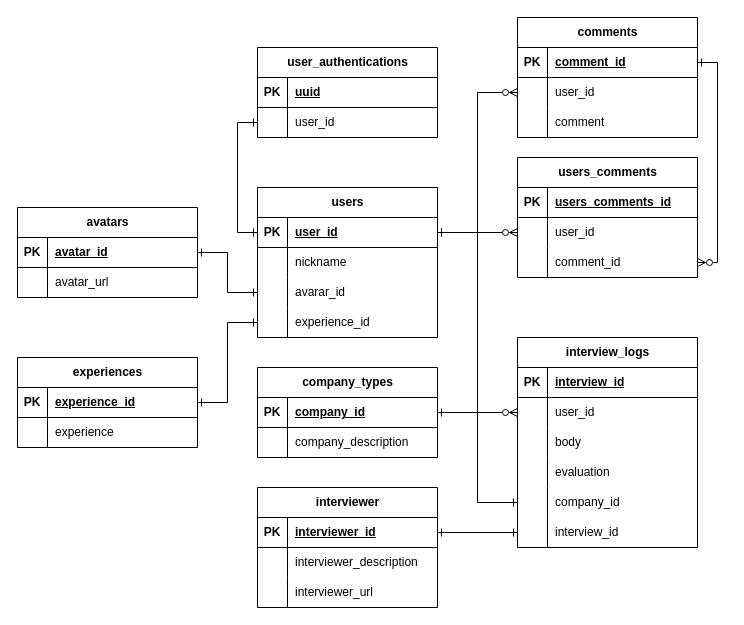
This is interview_simulator2.drawio from MaTTalv001/Interview_simulator2, a draw.io file, before an edit. Source tidied: cells renumbered, new cells numbered last; positions are measured from the earlier drawing's top-left corner, leaving out a move shared by most shapes. Both pictures are drawn from the tidied source at 100%, with x=0, y=0 at pixel (17, 17).
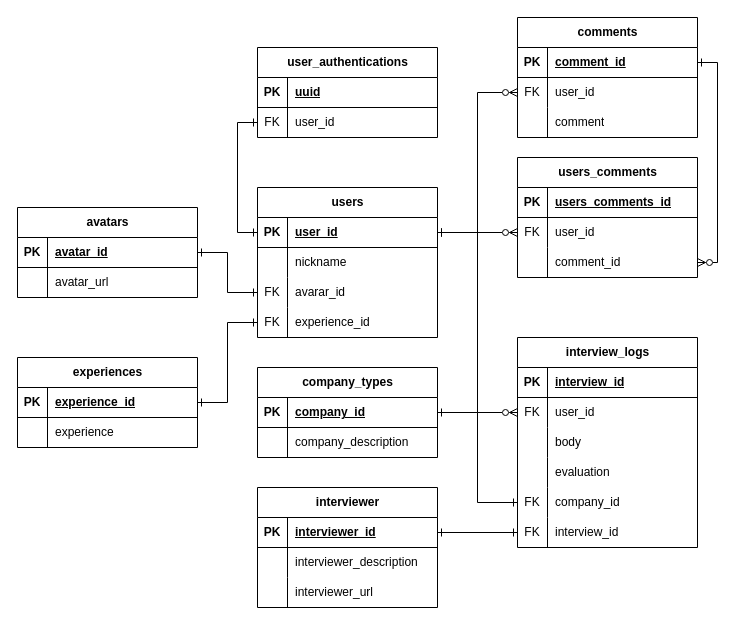
After the change.

Commit message:
interview_simulator2.drawio を更新します

The change refers to these unchanged cells:
```xml
<mxCell id="6" style="shape=tableRow;horizontal=0;startSize=0;swimlaneHead=0;swimlaneBody=0;fillColor=none;points=[[0,0.5],[1,0.5]];portConstraint=eastwest;top=0;left=0;right=0;bottom=0;" parent="2" vertex="1">
  <mxGeometry y="60" width="180" height="30" as="geometry" />
</mxCell>
<mxCell id="16" style="shape=tableRow;horizontal=0;startSize=0;swimlaneHead=0;swimlaneBody=0;fillColor=none;points=[[0,0.5],[1,0.5]];portConstraint=eastwest;top=0;left=0;right=0;bottom=0;" parent="9" vertex="1">
  <mxGeometry y="90" width="180" height="30" as="geometry" />
</mxCell>
<mxCell id="19" style="shape=tableRow;horizontal=0;startSize=0;swimlaneHead=0;swimlaneBody=0;fillColor=none;points=[[0,0.5],[1,0.5]];portConstraint=eastwest;top=0;left=0;right=0;bottom=0;" parent="9" vertex="1">
  <mxGeometry y="120" width="180" height="30" as="geometry" />
</mxCell>
<mxCell id="60" style="shape=tableRow;horizontal=0;startSize=0;swimlaneHead=0;swimlaneBody=0;fillColor=none;points=[[0,0.5],[1,0.5]];portConstraint=eastwest;top=0;left=0;right=0;bottom=0;" parent="56" vertex="1">
  <mxGeometry y="60" width="180" height="30" as="geometry" />
</mxCell>
<mxCell id="69" style="shape=tableRow;horizontal=0;startSize=0;swimlaneHead=0;swimlaneBody=0;fillColor=none;points=[[0,0.5],[1,0.5]];portConstraint=eastwest;top=0;left=0;right=0;bottom=0;" parent="56" vertex="1">
  <mxGeometry y="150" width="180" height="30" as="geometry" />
</mxCell>
<mxCell id="72" style="shape=tableRow;horizontal=0;startSize=0;swimlaneHead=0;swimlaneBody=0;fillColor=none;points=[[0,0.5],[1,0.5]];portConstraint=eastwest;top=0;left=0;right=0;bottom=0;" parent="56" vertex="1">
  <mxGeometry y="180" width="180" height="30" as="geometry" />
</mxCell>
<mxCell id="82" style="shape=tableRow;horizontal=0;startSize=0;swimlaneHead=0;swimlaneBody=0;fillColor=none;points=[[0,0.5],[1,0.5]];portConstraint=eastwest;top=0;left=0;right=0;bottom=0;" parent="78" vertex="1">
  <mxGeometry y="60" width="180" height="30" as="geometry" />
</mxCell>
<mxCell id="93" style="shape=tableRow;horizontal=0;startSize=0;swimlaneHead=0;swimlaneBody=0;fillColor=none;points=[[0,0.5],[1,0.5]];portConstraint=eastwest;top=0;left=0;right=0;bottom=0;" parent="89" vertex="1">
  <mxGeometry y="60" width="180" height="30" as="geometry" />
</mxCell>
```

What changed in the source:
```diff
@@
-    <mxCell id="7" style="shape=partialRectangle;fillColor=none;top=0;left=0;bottom=0;right=0;overflow=hidden;whiteSpace=wrap;html=1;" parent="6" vertex="1">
+    <mxCell id="7" value="FK" style="shape=partialRectangle;fillColor=none;top=0;left=0;bottom=0;right=0;overflow=hidden;whiteSpace=wrap;html=1;" parent="6" vertex="1">
       <mxGeometry width="30" height="30" as="geometry" />
     </mxCell>
@@
-    <mxCell id="17" style="shape=partialRectangle;fillColor=none;top=0;left=0;bottom=0;right=0;overflow=hidden;whiteSpace=wrap;html=1;" parent="16" vertex="1">
+    <mxCell id="17" value="FK" style="shape=partialRectangle;fillColor=none;top=0;left=0;bottom=0;right=0;overflow=hidden;whiteSpace=wrap;html=1;" parent="16" vertex="1">
       <mxGeometry width="30" height="30" as="geometry" />
     </mxCell>
@@
-    <mxCell id="20" style="shape=partialRectangle;fillColor=none;top=0;left=0;bottom=0;right=0;overflow=hidden;whiteSpace=wrap;html=1;" parent="19" vertex="1">
+    <mxCell id="20" value="FK" style="shape=partialRectangle;fillColor=none;top=0;left=0;bottom=0;right=0;overflow=hidden;whiteSpace=wrap;html=1;" parent="19" vertex="1">
       <mxGeometry width="30" height="30" as="geometry" />
     </mxCell>
@@
-    <mxCell id="61" style="shape=partialRectangle;fillColor=none;top=0;left=0;bottom=0;right=0;overflow=hidden;whiteSpace=wrap;html=1;" parent="60" vertex="1">
+    <mxCell id="61" value="FK" style="shape=partialRectangle;fillColor=none;top=0;left=0;bottom=0;right=0;overflow=hidden;whiteSpace=wrap;html=1;" parent="60" vertex="1">
       <mxGeometry width="30" height="30" as="geometry" />
     </mxCell>
@@
-    <mxCell id="70" style="shape=partialRectangle;fillColor=none;top=0;left=0;bottom=0;right=0;overflow=hidden;whiteSpace=wrap;html=1;" parent="69" vertex="1">
+    <mxCell id="70" value="FK" style="shape=partialRectangle;fillColor=none;top=0;left=0;bottom=0;right=0;overflow=hidden;whiteSpace=wrap;html=1;" parent="69" vertex="1">
       <mxGeometry width="30" height="30" as="geometry" />
     </mxCell>
@@
-    <mxCell id="73" style="shape=partialRectangle;fillColor=none;top=0;left=0;bottom=0;right=0;overflow=hidden;whiteSpace=wrap;html=1;" parent="72" vertex="1">
+    <mxCell id="73" value="FK" style="shape=partialRectangle;fillColor=none;top=0;left=0;bottom=0;right=0;overflow=hidden;whiteSpace=wrap;html=1;" parent="72" vertex="1">
       <mxGeometry width="30" height="30" as="geometry" />
     </mxCell>
@@
-    <mxCell id="83" style="shape=partialRectangle;fillColor=none;top=0;left=0;bottom=0;right=0;overflow=hidden;whiteSpace=wrap;html=1;" parent="82" vertex="1">
+    <mxCell id="83" value="FK" style="shape=partialRectangle;fillColor=none;top=0;left=0;bottom=0;right=0;overflow=hidden;whiteSpace=wrap;html=1;" parent="82" vertex="1">
       <mxGeometry width="30" height="30" as="geometry" />
     </mxCell>
@@
-    <mxCell id="94" style="shape=partialRectangle;fillColor=none;top=0;left=0;bottom=0;right=0;overflow=hidden;whiteSpace=wrap;html=1;" parent="93" vertex="1">
+    <mxCell id="94" value="FK" style="shape=partialRectangle;fillColor=none;top=0;left=0;bottom=0;right=0;overflow=hidden;whiteSpace=wrap;html=1;" parent="93" vertex="1">
       <mxGeometry width="30" height="30" as="geometry" />
     </mxCell>
```
